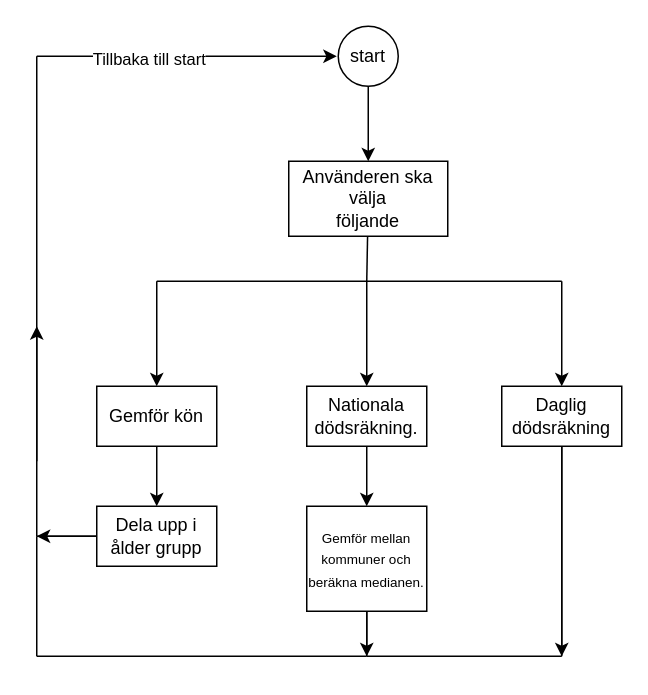
Above: planering.drawio in axeljornulf/axel_jornulf_te19d (draw.io), before the change. Source tidied: cells renumbered, new cells numbered last; positions are measured from the earlier drawing's top-left corner, leaving out a move shared by most shapes. Both pictures are drawn from the tidied source at 150%, with x=0, y=0 at pixel (36, 26).
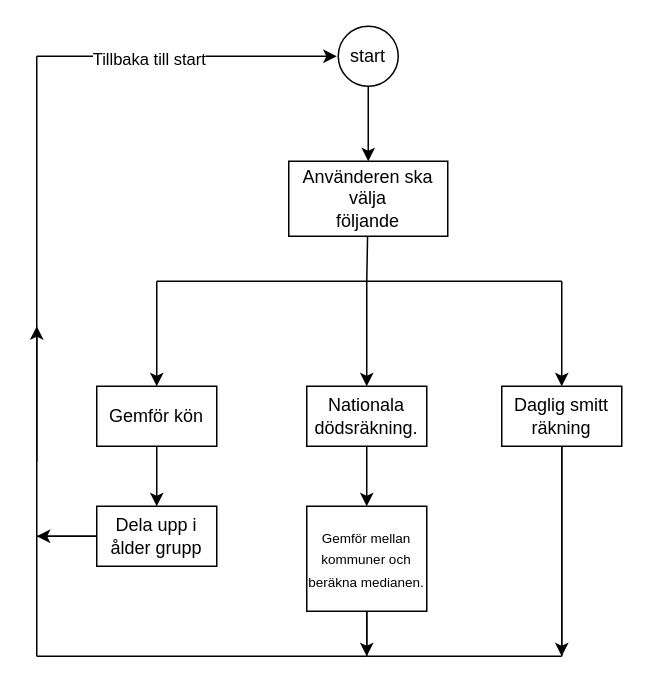
The same page after the edit.

The edit, as a diff of the source:
```diff
@@
-    <mxCell id="24" value="Daglig dödsräkning" style="rounded=0;whiteSpace=wrap;html=1;" parent="1" vertex="1">
+    <mxCell id="24" value="Daglig smitt räkning" style="rounded=0;whiteSpace=wrap;html=1;" parent="1" vertex="1">
       <mxGeometry x="310" y="240" width="80" height="40" as="geometry" />
     </mxCell>
```
